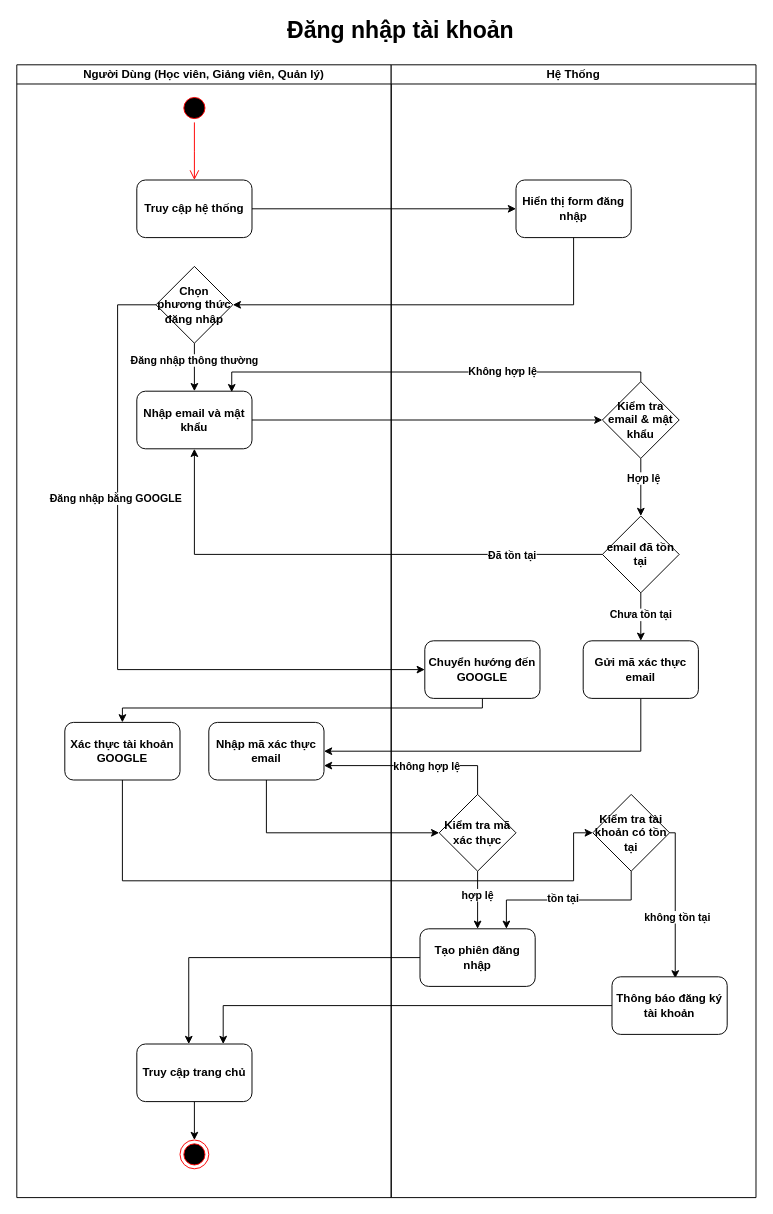
toniiplaycode/DNC-Learning keeps this draw.io diagram as document/ActivityDiagram/Signin-Activity.drawio. Above is the earlier version. Source tidied: cells renumbered, new cells numbered last; positions are measured from the earlier drawing's top-left corner, leaving out a move shared by most shapes. Both pictures are drawn from the tidied source at 96%, with x=0, y=0 at pixel (16, 16).
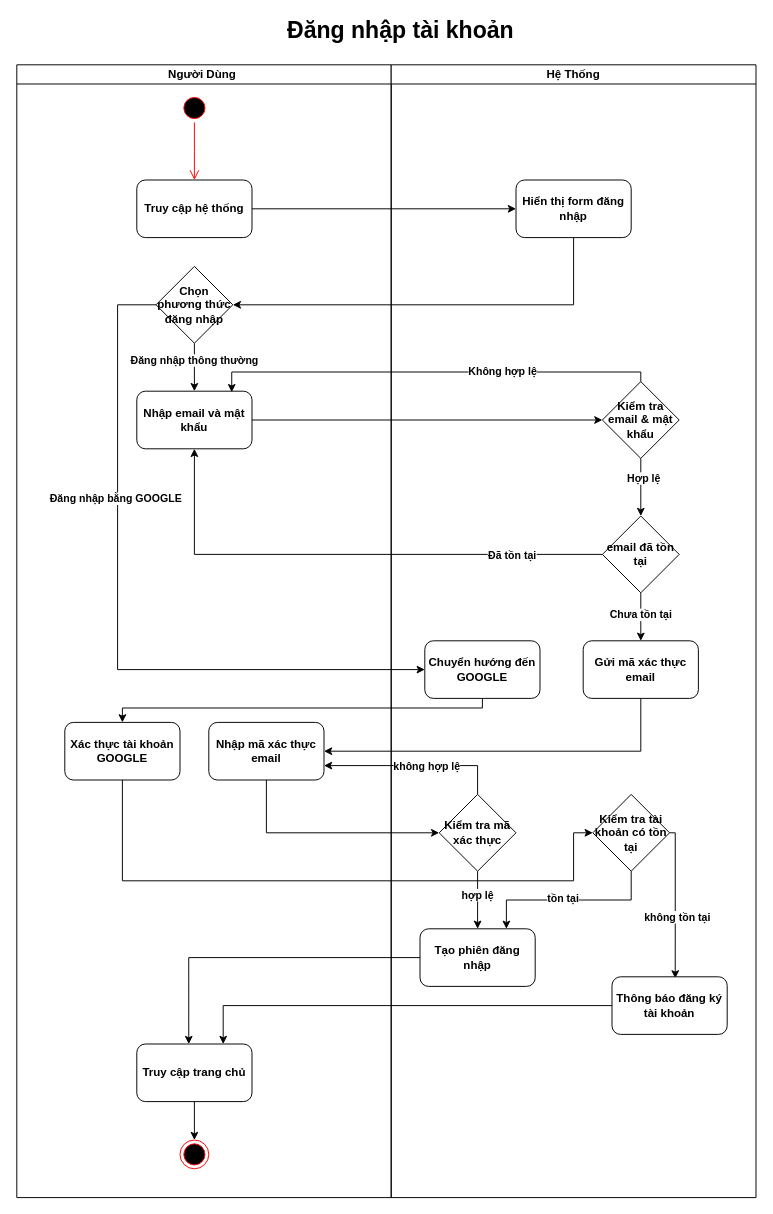
After the change.

Change to the diagram source:
```diff
@@
-    <mxCell id="2" value="Người Dùng (Học viên, Giảng viên, Quản lý)" style="swimlane;startSize=20;whiteSpace=wrap;html=1;fontStyle=1;" parent="1" vertex="1">
+    <mxCell id="2" value="Người Dùng&amp;nbsp;" style="swimlane;startSize=20;whiteSpace=wrap;html=1;fontStyle=1;" parent="1" vertex="1">
       <mxGeometry y="50" width="390" height="1180" as="geometry" />
     </mxCell>
```
